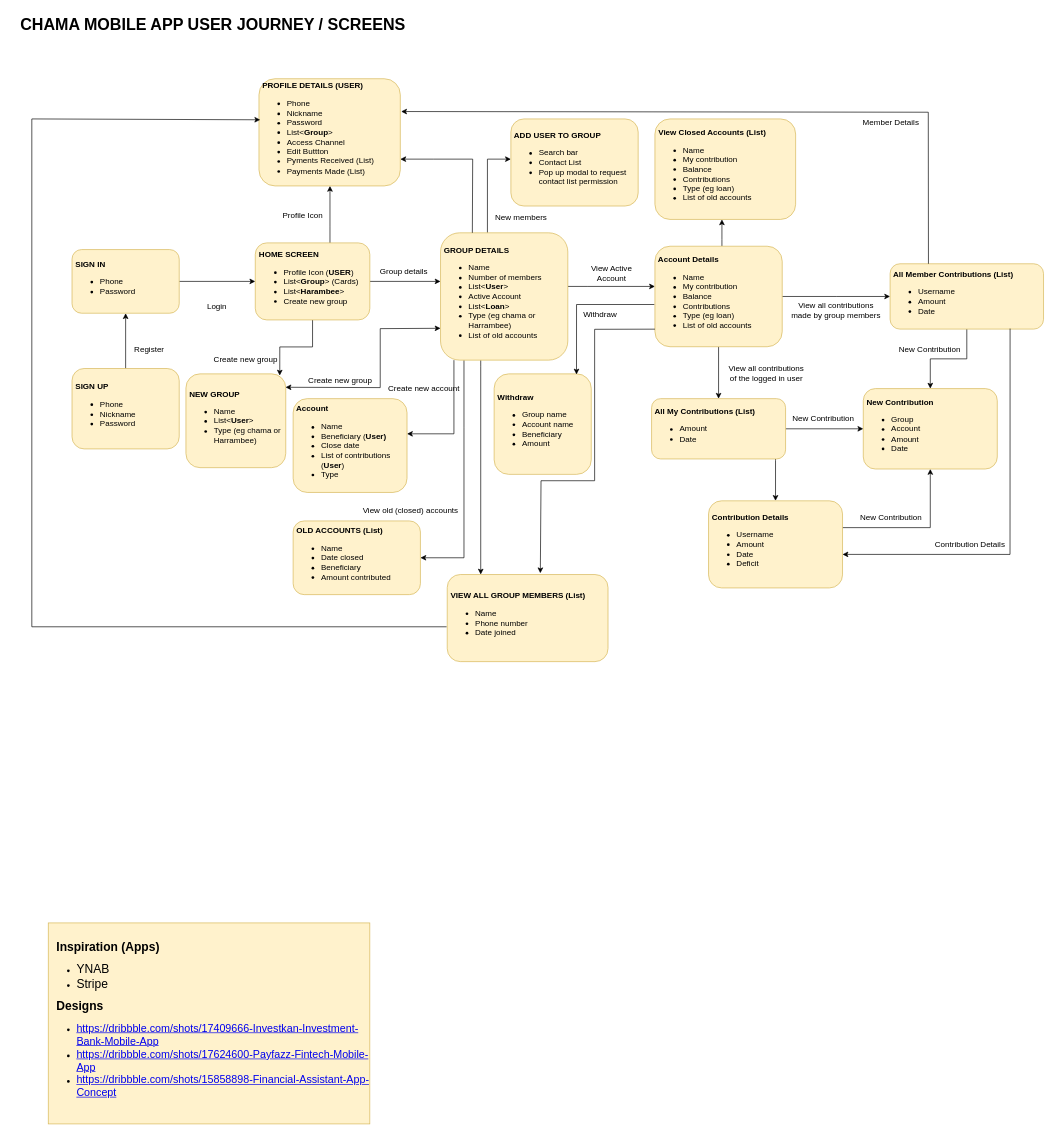
The draw.io diagram chama-design.drawio in kotikoB/kotikoB, before the edit. Source tidied: cells renumbered, new cells numbered last; positions are measured from the earlier drawing's top-left corner, leaving out a move shared by most shapes. Both pictures are drawn from the tidied source at 67%, with x=0, y=0 at pixel (11, 11).
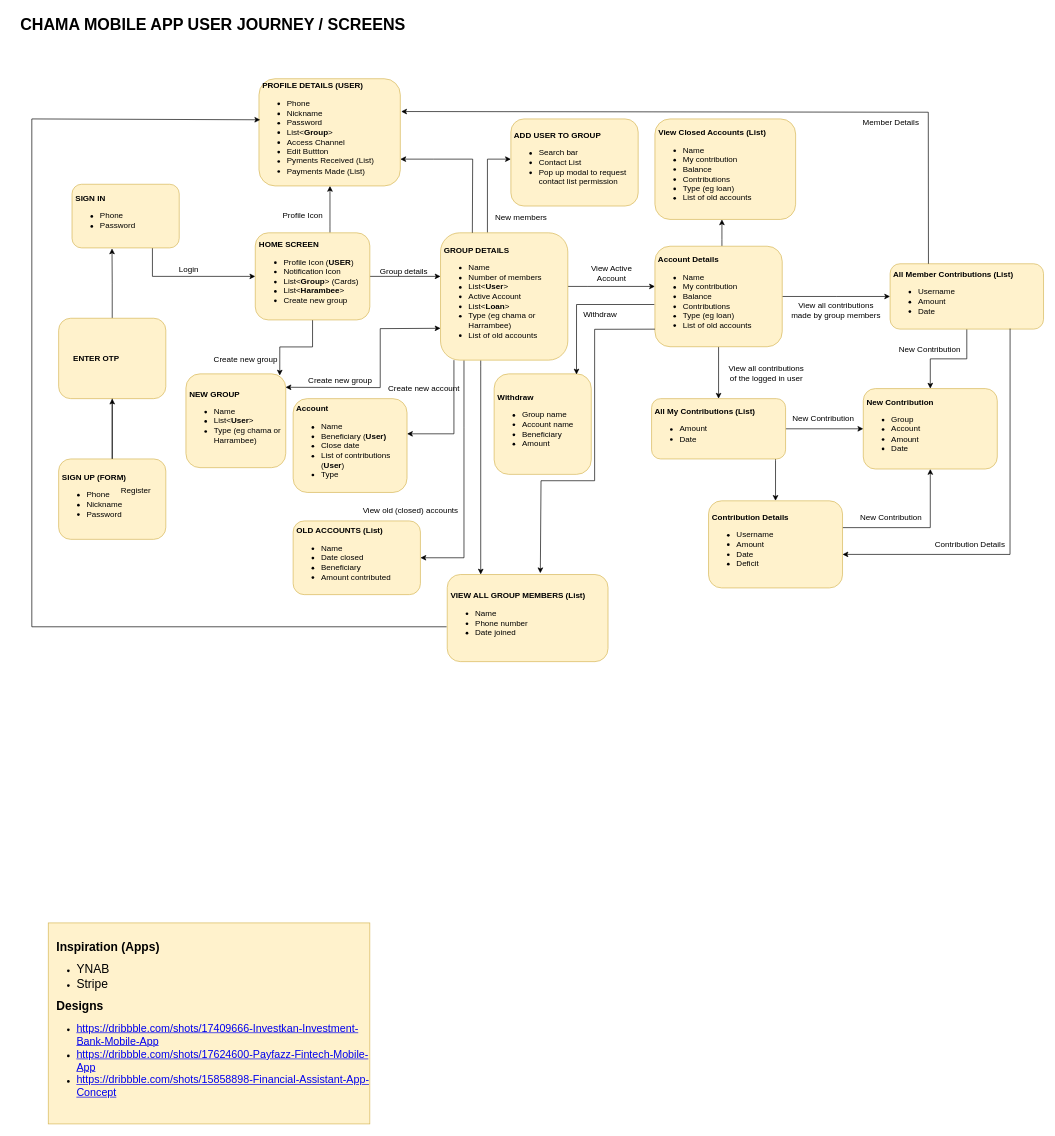
The same page after the edit.

Change to the diagram source:
```diff
@@
     <mxCell id="2" style="edgeStyle=orthogonalEdgeStyle;rounded=0;jettySize=auto;html=1;" parent="1" edge="1" source="4" target="8">
-      <mxGeometry relative="1" as="geometry" />
+      <mxGeometry relative="1" as="geometry">
+        <Array as="points">
+          <mxPoint x="210" y="395" />
+        </Array>
+      </mxGeometry>
     </mxCell>
-    <mxCell id="3" style="edgeStyle=orthogonalEdgeStyle;rounded=0;jettySize=auto;html=1;fontSize=18;entryX=0.5;entryY=1;entryDx=0;entryDy=0;exitX=0.5;exitY=0;exitDx=0;exitDy=0;" parent="1" edge="1" source="24" target="4">
+    <mxCell id="3" style="edgeStyle=orthogonalEdgeStyle;rounded=0;jettySize=auto;html=1;fontSize=18;exitX=0.5;exitY=0;exitDx=0;exitDy=0;startArrow=none;entryX=0.373;entryY=1.009;entryDx=0;entryDy=0;entryPerimeter=0;" parent="1" edge="1" source="64" target="4">
       <mxGeometry relative="1" as="geometry" />
     </mxCell>
     <mxCell id="4" value="&lt;blockquote style=&quot;margin: 0 0 0 40px; border: none; padding: 0px;&quot;&gt;&lt;/blockquote&gt;&lt;blockquote style=&quot;margin: 0 0 0 40px; border: none; padding: 0px;&quot;&gt;&lt;/blockquote&gt;&lt;b&gt;&lt;span style=&quot;white-space: pre;&quot;&gt; SIGN IN&lt;/span&gt;&lt;br&gt;&lt;/b&gt;&lt;ul&gt;&lt;li&gt;Phone&lt;br&gt;&lt;/li&gt;&lt;li&gt;Password&lt;/li&gt;&lt;/ul&gt;&lt;blockquote style=&quot;margin: 0 0 0 40px; border: none; padding: 0px;&quot;&gt;&lt;/blockquote&gt;&lt;blockquote style=&quot;margin: 0 0 0 40px; border: none; padding: 0px;&quot;&gt;&lt;/blockquote&gt;&lt;blockquote style=&quot;margin: 0 0 0 40px; border: none; padding: 0px;&quot;&gt;&lt;/blockquote&gt;&lt;blockquote style=&quot;margin: 0 0 0 40px; border: none; padding: 0px;&quot;&gt;&lt;/blockquote&gt;" style="rounded=1;whiteSpace=wrap;html=1;align=left;fillColor=#fff2cc;strokeColor=#d6b656;" parent="1" vertex="1">
-      <mxGeometry x="90" y="355" width="160" height="95" as="geometry" />
+      <mxGeometry x="90" y="257.5" width="160" height="95" as="geometry" />
     </mxCell>
@@
-    <mxCell id="8" value="&lt;b&gt;&lt;span style=&quot;white-space: pre;&quot;&gt; &lt;/span&gt;HOME SCREEN&lt;/b&gt;&lt;br&gt;&lt;ul&gt;&lt;li&gt;Profile Icon (&lt;b&gt;USER&lt;/b&gt;)&lt;br&gt;&lt;/li&gt;&lt;li&gt;List&amp;lt;&lt;b&gt;Group&lt;/b&gt;&amp;gt; (Cards)&lt;br&gt;&lt;/li&gt;&lt;li&gt;List&amp;lt;&lt;b&gt;Harambee&lt;/b&gt;&amp;gt;&lt;br&gt;&lt;/li&gt;&lt;li&gt;Create new group&lt;/li&gt;&lt;/ul&gt;" style="whiteSpace=wrap;html=1;align=left;rounded=1;fillColor=#fff2cc;strokeColor=#d6b656;" parent="1" vertex="1">
-      <mxGeometry x="363.5" y="345" width="171" height="115" as="geometry" />
+    <mxCell id="8" value="&lt;b&gt;&lt;span style=&quot;white-space: pre;&quot;&gt; &lt;/span&gt;HOME SCREEN&lt;/b&gt;&lt;br&gt;&lt;ul&gt;&lt;li&gt;Profile Icon (&lt;b&gt;USER&lt;/b&gt;)&lt;br&gt;&lt;/li&gt;&lt;li&gt;Notification Icon&lt;/li&gt;&lt;li&gt;List&amp;lt;&lt;b&gt;Group&lt;/b&gt;&amp;gt; (Cards)&lt;br&gt;&lt;/li&gt;&lt;li&gt;List&amp;lt;&lt;b&gt;Harambee&lt;/b&gt;&amp;gt;&lt;br&gt;&lt;/li&gt;&lt;li&gt;Create new group&lt;/li&gt;&lt;/ul&gt;" style="whiteSpace=wrap;html=1;align=left;rounded=1;fillColor=#fff2cc;strokeColor=#d6b656;" parent="1" vertex="1">
+      <mxGeometry x="363.5" y="330" width="171" height="130" as="geometry" />
     </mxCell>
     <mxCell id="9" value="Login" style="text;html=1;align=center;verticalAlign=middle;fillColor=none;strokeColor=none;rounded=0;" parent="1" vertex="1">
-      <mxGeometry x="281" y="424.5" width="50" height="30" as="geometry" />
+      <mxGeometry x="239" y="370" width="50" height="30" as="geometry" />
     </mxCell>
@@
+    <mxCell id="63" style="edgeStyle=orthogonalEdgeStyle;rounded=0;jettySize=auto;html=1;fontSize=18;" parent="1" edge="1" source="24" target="64">
+      <mxGeometry relative="1" as="geometry" />
+    </mxCell>
-    <mxCell id="24" value="&lt;blockquote style=&quot;margin: 0 0 0 40px; border: none; padding: 0px;&quot;&gt;&lt;/blockquote&gt;&lt;blockquote style=&quot;margin: 0 0 0 40px; border: none; padding: 0px;&quot;&gt;&lt;/blockquote&gt;&lt;b&gt;&lt;span style=&quot;white-space: pre;&quot;&gt; SIGN UP&lt;/span&gt;&lt;br&gt;&lt;/b&gt;&lt;ul&gt;&lt;li&gt;Phone&lt;br&gt;&lt;/li&gt;&lt;li&gt;Nickname&lt;br&gt;&lt;/li&gt;&lt;li&gt;Password&lt;/li&gt;&lt;/ul&gt;&lt;blockquote style=&quot;margin: 0 0 0 40px; border: none; padding: 0px;&quot;&gt;&lt;/blockquote&gt;&lt;blockquote style=&quot;margin: 0 0 0 40px; border: none; padding: 0px;&quot;&gt;&lt;/blockquote&gt;&lt;blockquote style=&quot;margin: 0 0 0 40px; border: none; padding: 0px;&quot;&gt;&lt;/blockquote&gt;&lt;blockquote style=&quot;margin: 0 0 0 40px; border: none; padding: 0px;&quot;&gt;&lt;/blockquote&gt;" style="rounded=1;whiteSpace=wrap;html=1;align=left;fillColor=#fff2cc;strokeColor=#d6b656;" parent="1" vertex="1">
-      <mxGeometry x="90" y="532.5" width="160" height="120" as="geometry" />
+    <mxCell id="24" value="&lt;blockquote style=&quot;margin: 0 0 0 40px; border: none; padding: 0px;&quot;&gt;&lt;/blockquote&gt;&lt;blockquote style=&quot;margin: 0 0 0 40px; border: none; padding: 0px;&quot;&gt;&lt;/blockquote&gt;&lt;b&gt;&lt;span style=&quot;white-space: pre;&quot;&gt; SIGN UP (FORM)&lt;/span&gt;&lt;br&gt;&lt;/b&gt;&lt;ul&gt;&lt;li&gt;Phone&lt;br&gt;&lt;/li&gt;&lt;li&gt;Nickname&lt;br&gt;&lt;/li&gt;&lt;li&gt;Password&lt;/li&gt;&lt;/ul&gt;&lt;blockquote style=&quot;margin: 0 0 0 40px; border: none; padding: 0px;&quot;&gt;&lt;/blockquote&gt;&lt;blockquote style=&quot;margin: 0 0 0 40px; border: none; padding: 0px;&quot;&gt;&lt;/blockquote&gt;&lt;blockquote style=&quot;margin: 0 0 0 40px; border: none; padding: 0px;&quot;&gt;&lt;/blockquote&gt;&lt;blockquote style=&quot;margin: 0 0 0 40px; border: none; padding: 0px;&quot;&gt;&lt;/blockquote&gt;" style="rounded=1;whiteSpace=wrap;html=1;align=left;fillColor=#fff2cc;strokeColor=#d6b656;" parent="1" vertex="1">
+      <mxGeometry x="70" y="667.5" width="160" height="120" as="geometry" />
     </mxCell>
     <mxCell id="25" value="Register" style="text;html=1;align=center;verticalAlign=middle;fillColor=none;strokeColor=none;rounded=0;" parent="1" vertex="1">
-      <mxGeometry x="170" y="490" width="70" height="30" as="geometry" />
+      <mxGeometry x="150" y="700" width="70" height="30" as="geometry" />
     </mxCell>
@@
+    <mxCell id="64" value="&lt;blockquote style=&quot;margin: 0 0 0 40px; border: none; padding: 0px;&quot;&gt;&lt;/blockquote&gt;&lt;blockquote style=&quot;margin: 0 0 0 40px; border: none; padding: 0px;&quot;&gt;&lt;/blockquote&gt;&lt;b&gt;&lt;span style=&quot;white-space: pre;&quot;&gt;      ENTER OTP&lt;br&gt;&lt;/span&gt;&lt;/b&gt;&lt;blockquote style=&quot;margin: 0 0 0 40px; border: none; padding: 0px;&quot;&gt;&lt;/blockquote&gt;&lt;blockquote style=&quot;margin: 0 0 0 40px; border: none; padding: 0px;&quot;&gt;&lt;/blockquote&gt;&lt;blockquote style=&quot;margin: 0 0 0 40px; border: none; padding: 0px;&quot;&gt;&lt;/blockquote&gt;&lt;blockquote style=&quot;margin: 0 0 0 40px; border: none; padding: 0px;&quot;&gt;&lt;/blockquote&gt;" style="rounded=1;whiteSpace=wrap;html=1;align=left;fillColor=#fff2cc;strokeColor=#d6b656;" parent="1" vertex="1">
+      <mxGeometry x="70" y="457.5" width="160" height="120" as="geometry" />
+    </mxCell>
+    <mxCell id="65" style="edgeStyle=orthogonalEdgeStyle;rounded=0;jettySize=auto;html=1;fontSize=18;entryX=0.5;entryY=1;entryDx=0;entryDy=0;exitX=0.5;exitY=0;exitDx=0;exitDy=0;endArrow=none;" parent="1" edge="1" source="24" target="64">
+      <mxGeometry relative="1" as="geometry" />
+    </mxCell>
```
